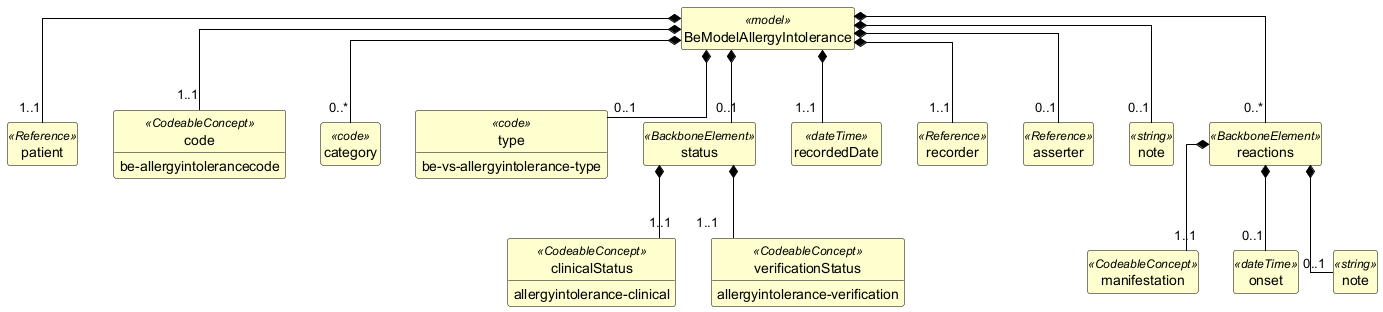
Before: exports/diagrams/BeModelAllergyIntolerance-uml.png, a diagram exported from PlantUML (caresets/caresets-src).
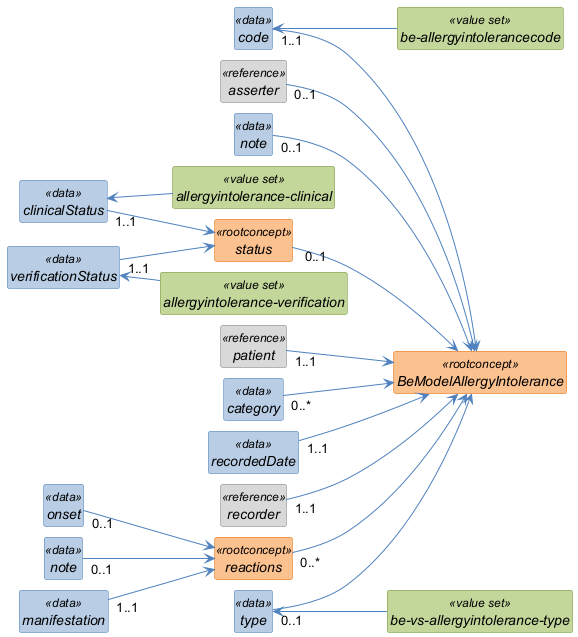
After the change.

What changed in the source:
```diff
@@ -1,82 +1,101 @@
 @startuml
+left to right direction
 skinparam shadowing false
+skinparam nodesep 10
+skinparam ranksep 40
 skinparam classAttributeIconSize 0
-skinparam linetype ortho
 skinparam class {
-  BackgroundColor #FEFECE
-  BorderColor #000000
-  ArrowColor #000000
-  FontStyle bold
-  AttributeFontStyle normal
+  FontStyle italic
+  BackgroundColor<<rootconcept>> #FAC08F
+  BorderColor<<rootconcept>> #E36C0A
+  BackgroundColor<<data>> #B8CCE4
+  BorderColor<<data>> #4F81BD
+  BackgroundColor<<reference>> #D9D9D9
+  BorderColor<<reference>> #808080
+  BackgroundColor<<value set>> #C3D69B
+  BorderColor<<value set>> #77933C
+  ArrowColor #4F81BD
 }
 hide circle
 hide empty members
 
-class "BeModelAllergyIntolerance" as BeModelAllergyIntolerance <<model>> {
+class "BeModelAllergyIntolerance" as BeModelAllergyIntolerance <<rootconcept>> {
 }
 
-class "patient" as BeModelAllergyIntolerance_patient <<Reference>> {
+class "patient" as BeModelAllergyIntolerance_patient <<reference>> {
 }
 
-class "code" as BeModelAllergyIntolerance_code <<CodeableConcept>> {
-  be-allergyintolerancecode
+class "code" as BeModelAllergyIntolerance_code <<data>> {
 }
 
-class "category" as BeModelAllergyIntolerance_category <<code>> {
+class "be-allergyintolerancecode" as BeModelAllergyIntolerance_code_vs <<value set>> {
 }
 
-class "type" as BeModelAllergyIntolerance_type <<code>> {
-  be-vs-allergyintolerance-type
+class "category" as BeModelAllergyIntolerance_category <<data>> {
 }
 
-class "status" as BeModelAllergyIntolerance_status <<BackboneElement>> {
+class "type" as BeModelAllergyIntolerance_type <<data>> {
 }
 
-class "clinicalStatus" as BeModelAllergyIntolerance_status_clinicalStatus <<CodeableConcept>> {
-  allergyintolerance-clinical
+class "be-vs-allergyintolerance-type" as BeModelAllergyIntolerance_type_vs <<value set>> {
 }
 
-class "verificationStatus" as BeModelAllergyIntolerance_status_verificationStatus <<CodeableConcept>> {
-  allergyintolerance-verification
+class "status" as BeModelAllergyIntolerance_status <<rootconcept>> {
 }
 
-class "recordedDate" as BeModelAllergyIntolerance_recordedDate <<dateTime>> {
+class "clinicalStatus" as BeModelAllergyIntolerance_status_clinicalStatus <<data>> {
 }
 
-class "recorder" as BeModelAllergyIntolerance_recorder <<Reference>> {
+class "allergyintolerance-clinical" as BeModelAllergyIntolerance_status_clinicalStatus_vs <<value set>> {
 }
 
-class "asserter" as BeModelAllergyIntolerance_asserter <<Reference>> {
+class "verificationStatus" as BeModelAllergyIntolerance_status_verificationStatus <<data>> {
 }
 
-class "note" as BeModelAllergyIntolerance_note <<string>> {
+class "allergyintolerance-verification" as BeModelAllergyIntolerance_status_verificationStatus_vs <<value set>> {
 }
 
-class "reactions" as BeModelAllergyIntolerance_reactions <<BackboneElement>> {
+class "recordedDate" as BeModelAllergyIntolerance_recordedDate <<data>> {
 }
 
-class "manifestation" as BeModelAllergyIntolerance_reactions_manifestation <<CodeableConcept>> {
+class "recorder" as BeModelAllergyIntolerance_recorder <<reference>> {
 }
 
-class "onset" as BeModelAllergyIntolerance_reactions_onset <<dateTime>> {
+class "asserter" as BeModelAllergyIntolerance_asserter <<reference>> {
 }
 
-class "note" as BeModelAllergyIntolerance_reactions_note <<string>> {
+class "note" as BeModelAllergyIntolerance_note <<data>> {
 }
 
-BeModelAllergyIntolerance *-- "1..1" BeModelAllergyIntolerance_patient
-BeModelAllergyIntolerance *-- "1..1" BeModelAllergyIntolerance_code
-BeModelAllergyIntolerance *-- "0..*" BeModelAllergyIntolerance_category
-BeModelAllergyIntolerance *-- "0..1" BeModelAllergyIntolerance_type
-BeModelAllergyIntolerance *-- "0..1" BeModelAllergyIntolerance_status
-BeModelAllergyIntolerance_status *-- "1..1" BeModelAllergyIntolerance_status_clinicalStatus
-BeModelAllergyIntolerance_status *-- "1..1" BeModelAllergyIntolerance_status_verificationStatus
-BeModelAllergyIntolerance *-- "1..1" BeModelAllergyIntolerance_recordedDate
-BeModelAllergyIntolerance *-- "1..1" BeModelAllergyIntolerance_recorder
-BeModelAllergyIntolerance *-- "0..1" BeModelAllergyIntolerance_asserter
-BeModelAllergyIntolerance *-- "0..1" BeModelAllergyIntolerance_note
-BeModelAllergyIntolerance *-- "0..*" BeModelAllergyIntolerance_reactions
-BeModelAllergyIntolerance_reactions *-- "1..1" BeModelAllergyIntolerance_reactions_manifestation
-BeModelAllergyIntolerance_reactions *-- "0..1" BeModelAllergyIntolerance_reactions_onset
-BeModelAllergyIntolerance_reactions *-- "0..1" BeModelAllergyIntolerance_reactions_note
+class "reactions" as BeModelAllergyIntolerance_reactions <<rootconcept>> {
+}
+
+class "manifestation" as BeModelAllergyIntolerance_reactions_manifestation <<data>> {
+}
+
+class "onset" as BeModelAllergyIntolerance_reactions_onset <<data>> {
+}
+
+class "note" as BeModelAllergyIntolerance_reactions_note <<data>> {
+}
+
+BeModelAllergyIntolerance_code <-- BeModelAllergyIntolerance_code_vs
+BeModelAllergyIntolerance_type <-- BeModelAllergyIntolerance_type_vs
+BeModelAllergyIntolerance_status_clinicalStatus <-- BeModelAllergyIntolerance_status_clinicalStatus_vs
+BeModelAllergyIntolerance_status_verificationStatus <-- BeModelAllergyIntolerance_status_verificationStatus_vs
+BeModelAllergyIntolerance_patient "1..1" --> BeModelAllergyIntolerance
+BeModelAllergyIntolerance_code "1..1" --> BeModelAllergyIntolerance
+BeModelAllergyIntolerance_category "0..*" --> BeModelAllergyIntolerance
+BeModelAllergyIntolerance_type "0..1" --> BeModelAllergyIntolerance
+BeModelAllergyIntolerance_status "0..1" --> BeModelAllergyIntolerance
+BeModelAllergyIntolerance_status_clinicalStatus "1..1" --> BeModelAllergyIntolerance_status
+BeModelAllergyIntolerance_status_verificationStatus "1..1" --> BeModelAllergyIntolerance_status
+BeModelAllergyIntolerance_recordedDate "1..1" --> BeModelAllergyIntolerance
+BeModelAllergyIntolerance_recorder "1..1" --> BeModelAllergyIntolerance
+BeModelAllergyIntolerance_asserter "0..1" --> BeModelAllergyIntolerance
+BeModelAllergyIntolerance_note "0..1" --> BeModelAllergyIntolerance
+BeModelAllergyIntolerance_reactions "0..*" --> BeModelAllergyIntolerance
+BeModelAllergyIntolerance_reactions_manifestation "1..1" --> BeModelAllergyIntolerance_reactions
+BeModelAllergyIntolerance_reactions_onset "0..1" --> BeModelAllergyIntolerance_reactions
+BeModelAllergyIntolerance_reactions_note "0..1" --> BeModelAllergyIntolerance_reactions
 @enduml
```
